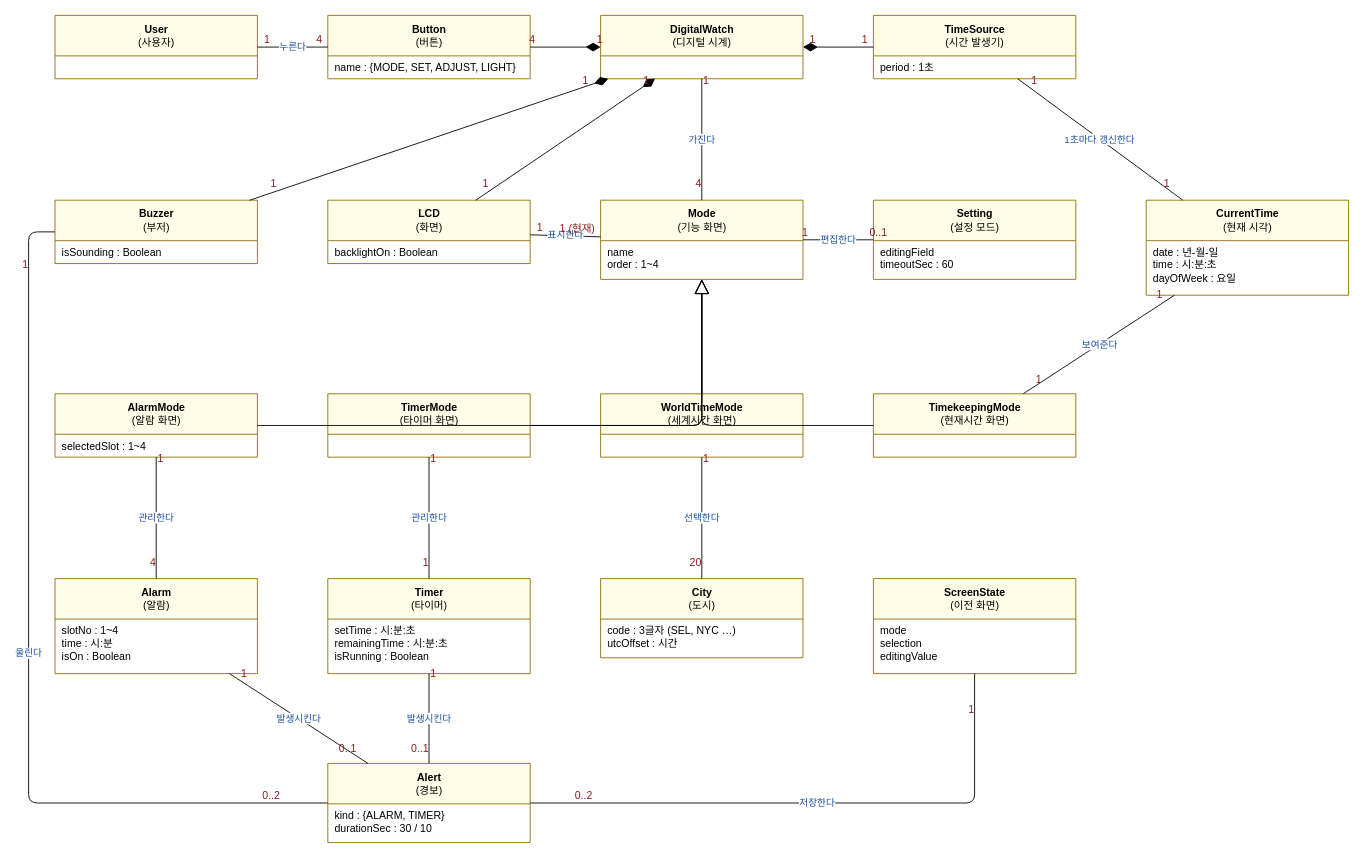
The draw.io diagram docs/OOAD/practice/domain/DigitalWatch_DomainModel.drawio in sspring2048/AssoArch, before the edit. Source tidied: cells renumbered, new cells numbered last; positions are measured from the earlier drawing's top-left corner, leaving out a move shared by most shapes. Both pictures are drawn from the tidied source at 88%, with x=0, y=0 at pixel (28, 15).
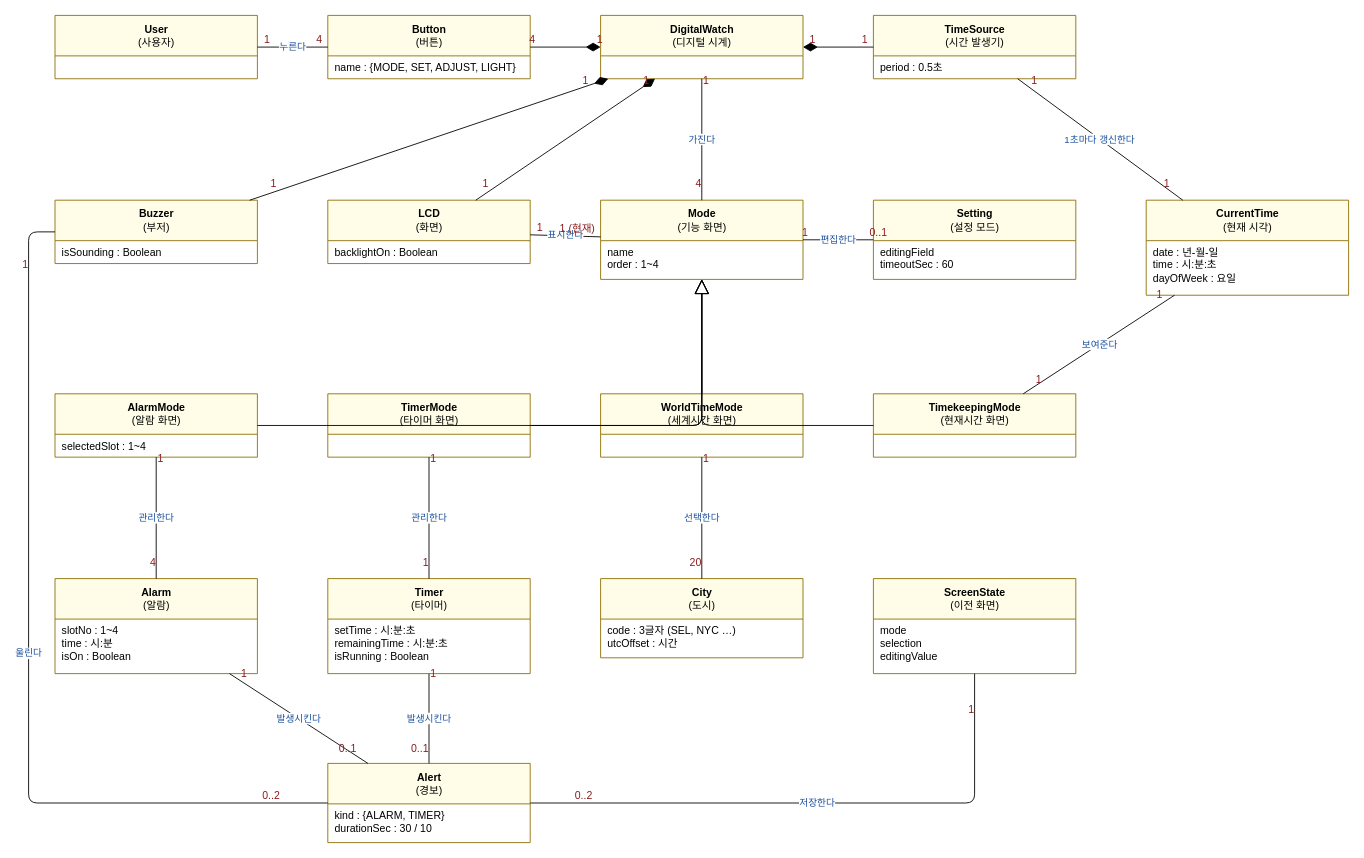
The same page after the edit.

Unchanged cells that the change refers to:
```xml
<mxCell id="8" value="&lt;b&gt;TimeSource&lt;/b&gt;&lt;br&gt;(시간 발생기)" style="swimlane;fontStyle=0;horizontal=1;startSize=46;fillColor=#fffde7;strokeColor=#8d6e00;html=1;" parent="1" vertex="1">
  <mxGeometry x="960" width="230" height="72" as="geometry" />
</mxCell>
```

Diff of the diagram source:
```diff
@@
-    <mxCell id="9" value="period : 1초" style="text;align=left;verticalAlign=top;spacingLeft=6;html=1;" parent="8" vertex="1">
+    <mxCell id="9" value="period : 0.5초" style="text;align=left;verticalAlign=top;spacingLeft=6;html=1;" parent="8" vertex="1">
       <mxGeometry y="46" width="230" height="26" as="geometry" />
     </mxCell>
```
